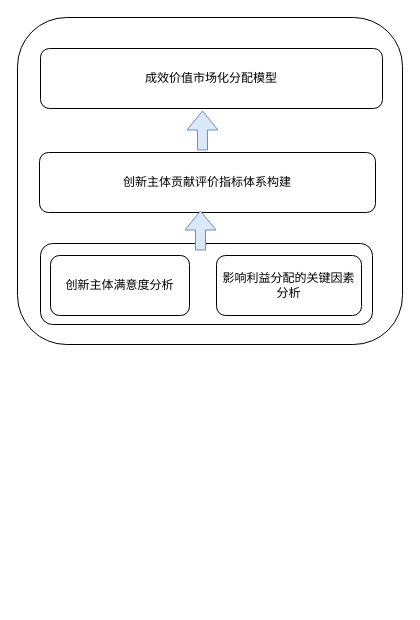
This is page "第 5 页" (5 of 5) of drawio/数据要素研究内容.drawio from raingnight/Blog_Pic, a draw.io file, before an edit. Source tidied: cells renumbered, new cells numbered last; positions are measured from the earlier drawing's top-left corner, leaving out a move shared by most shapes. Both pictures are drawn from the tidied source at 100%, with x=0, y=0 at pixel (17, 17).
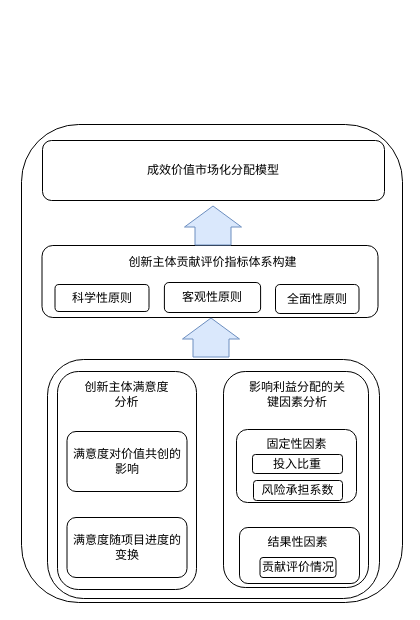
Above is the later version.

Diff of the diagram source:
```diff
@@
     <mxCell id="2" style="rounded=1;whiteSpace=wrap;html=1;" parent="1" vertex="1">
-      <mxGeometry width="385" height="327" as="geometry" />
+      <mxGeometry x="4" y="107" width="381" height="478" as="geometry" />
     </mxCell>
     <mxCell id="3" style="rounded=1;whiteSpace=wrap;html=1;" parent="1" vertex="1">
-      <mxGeometry x="23" y="226" width="332" height="81" as="geometry" />
+      <mxGeometry x="30" y="342" width="332" height="239" as="geometry" />
     </mxCell>
-    <mxCell id="4" value="影响利益分配的关键因素分析" style="rounded=1;whiteSpace=wrap;html=1;" parent="1" vertex="1">
-      <mxGeometry x="199" y="238" width="145" height="60" as="geometry" />
+    <mxCell id="4" style="rounded=1;whiteSpace=wrap;html=1;" parent="1" vertex="1">
+      <mxGeometry x="206" y="354" width="145" height="216" as="geometry" />
     </mxCell>
-    <mxCell id="5" value="创新主体满意度分析" style="rounded=1;whiteSpace=wrap;html=1;" parent="1" vertex="1">
-      <mxGeometry x="33" y="238" width="139" height="60" as="geometry" />
+    <mxCell id="5" style="rounded=1;whiteSpace=wrap;html=1;" parent="1" vertex="1">
+      <mxGeometry x="40" y="354" width="139" height="218" as="geometry" />
     </mxCell>
-    <mxCell id="6" value="创新主体贡献评价指标体系构建" style="rounded=1;whiteSpace=wrap;html=1;" parent="1" vertex="1">
-      <mxGeometry x="22" y="135" width="336" height="60" as="geometry" />
+    <mxCell id="6" style="rounded=1;whiteSpace=wrap;html=1;" parent="1" vertex="1">
+      <mxGeometry x="24.5" y="228" width="336" height="72" as="geometry" />
     </mxCell>
     <mxCell id="7" value="成效价值市场化分配模型" style="rounded=1;whiteSpace=wrap;html=1;" parent="1" vertex="1">
-      <mxGeometry x="23" y="31" width="342" height="60" as="geometry" />
+      <mxGeometry x="25" y="123" width="342" height="60" as="geometry" />
     </mxCell>
-    <mxCell id="8" style="shape=flexArrow;endArrow=classic;html=1;rounded=0;fillColor=#dae8fc;strokeColor=#6c8ebf;" parent="1" edge="1">
-      <mxGeometry relative="1" as="geometry">
-        <mxPoint x="185" y="133" as="sourcePoint" />
-        <mxPoint x="185" y="93" as="targetPoint" />
-      </mxGeometry>
-    </mxCell>
-    <mxCell id="9" style="shape=flexArrow;endArrow=classic;html=1;rounded=0;fillColor=#dae8fc;strokeColor=#6c8ebf;" parent="1" edge="1">
+    <mxCell id="9" style="shape=flexArrow;endArrow=classic;html=1;rounded=0;fillColor=#dae8fc;strokeColor=#6c8ebf;width=36;endSize=6.67;" parent="1" edge="1">
       <mxGeometry relative="1" as="geometry">
-        <mxPoint x="183" y="233" as="sourcePoint" />
-        <mxPoint x="183" y="193" as="targetPoint" />
+        <mxPoint x="193.5" y="340" as="sourcePoint" />
+        <mxPoint x="193.5" y="300" as="targetPoint" />
       </mxGeometry>
     </mxCell>
+    <mxCell id="10" value="影响利益分配的关键因素分析" style="text;html=1;strokeColor=none;fillColor=none;align=center;verticalAlign=middle;whiteSpace=wrap;rounded=0;" parent="1" vertex="1">
+      <mxGeometry x="226" y="362" width="108" height="30" as="geometry" />
+    </mxCell>
+    <mxCell id="11" style="rounded=1;whiteSpace=wrap;html=1;" parent="1" vertex="1">
+      <mxGeometry x="219" y="412" width="120" height="73" as="geometry" />
+    </mxCell>
+    <mxCell id="12" value="固定性因素" style="text;html=1;strokeColor=none;fillColor=none;align=center;verticalAlign=middle;whiteSpace=wrap;rounded=0;" parent="1" vertex="1">
+      <mxGeometry x="242.5" y="412" width="73" height="30" as="geometry" />
+    </mxCell>
+    <mxCell id="13" value="投入比重" style="rounded=1;whiteSpace=wrap;html=1;" parent="1" vertex="1">
+      <mxGeometry x="235" y="437" width="90" height="19" as="geometry" />
+    </mxCell>
+    <mxCell id="14" value="风险承担系数" style="rounded=1;whiteSpace=wrap;html=1;" parent="1" vertex="1">
+      <mxGeometry x="236" y="463" width="89" height="20" as="geometry" />
+    </mxCell>
+    <mxCell id="15" style="rounded=1;whiteSpace=wrap;html=1;" parent="1" vertex="1">
+      <mxGeometry x="222" y="510" width="120" height="56" as="geometry" />
+    </mxCell>
+    <mxCell id="16" value="结果性因素" style="text;html=1;strokeColor=none;fillColor=none;align=center;verticalAlign=middle;whiteSpace=wrap;rounded=0;" parent="1" vertex="1">
+      <mxGeometry x="243.5" y="510" width="73" height="30" as="geometry" />
+    </mxCell>
+    <mxCell id="17" value="贡献评价情况" style="rounded=1;whiteSpace=wrap;html=1;" parent="1" vertex="1">
+      <mxGeometry x="242.5" y="540" width="76" height="20" as="geometry" />
+    </mxCell>
+    <mxCell id="18" value="创新主体满意度分析" style="text;html=1;strokeColor=none;fillColor=none;align=center;verticalAlign=middle;whiteSpace=wrap;rounded=0;" parent="1" vertex="1">
+      <mxGeometry x="65" y="362" width="89" height="30" as="geometry" />
+    </mxCell>
+    <mxCell id="19" value="满意度对价值共创的影响" style="rounded=1;whiteSpace=wrap;html=1;" parent="1" vertex="1">
+      <mxGeometry x="49.5" y="414" width="120" height="60" as="geometry" />
+    </mxCell>
+    <mxCell id="20" value="满意度随项目进度的变换" style="rounded=1;whiteSpace=wrap;html=1;" parent="1" vertex="1">
+      <mxGeometry x="49.5" y="500" width="120" height="60" as="geometry" />
+    </mxCell>
+    <mxCell id="21" value="创新主体贡献评价指标体系构建" style="text;html=1;strokeColor=none;fillColor=none;align=center;verticalAlign=middle;whiteSpace=wrap;rounded=0;" parent="1" vertex="1">
+      <mxGeometry x="102.5" y="230" width="185" height="30" as="geometry" />
+    </mxCell>
+    <mxCell id="22" value="科学性原则" style="rounded=1;whiteSpace=wrap;html=1;" parent="1" vertex="1">
+      <mxGeometry x="37.5" y="267" width="94" height="27" as="geometry" />
+    </mxCell>
+    <mxCell id="23" value="客观性原则" style="rounded=1;whiteSpace=wrap;html=1;" parent="1" vertex="1">
+      <mxGeometry x="146.9" y="265" width="96.2" height="30" as="geometry" />
+    </mxCell>
+    <mxCell id="24" value="全面性原则" style="rounded=1;whiteSpace=wrap;html=1;" parent="1" vertex="1">
+      <mxGeometry x="258" y="267" width="83.5" height="29" as="geometry" />
+    </mxCell>
+    <mxCell id="25" style="shape=flexArrow;endArrow=classic;html=1;rounded=0;fillColor=#dae8fc;strokeColor=#6c8ebf;width=36;endSize=6.67;" parent="1" edge="1">
+      <mxGeometry relative="1" as="geometry">
+        <mxPoint x="195.5" y="228" as="sourcePoint" />
+        <mxPoint x="195.5" y="188" as="targetPoint" />
+      </mxGeometry>
+    </mxCell>
```
